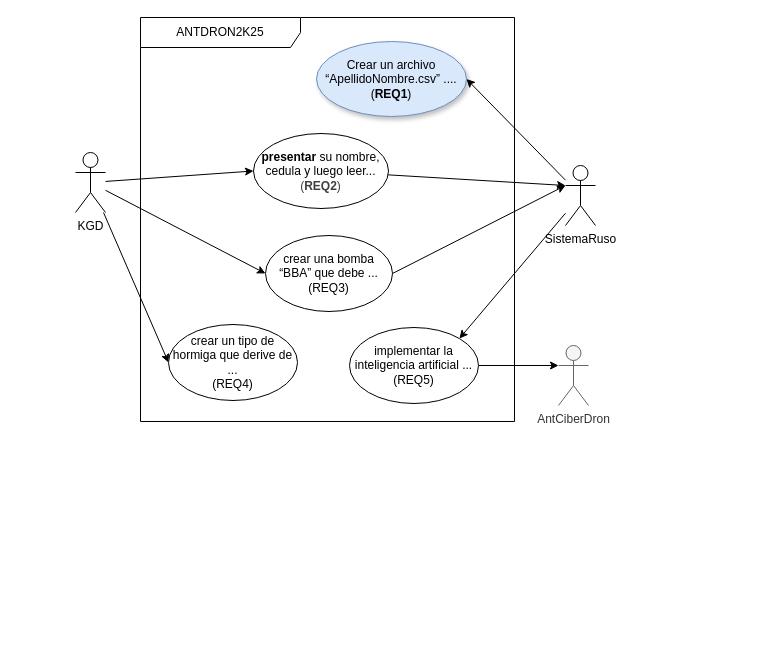
Above: doc/02_DiagramaCasoUso.drawio in emilioalbansq/aeAntDron (draw.io), before the change. Source tidied: cells renumbered, new cells numbered last; positions are measured from the earlier drawing's top-left corner, leaving out a move shared by most shapes. Both pictures are drawn from the tidied source at 100%, with x=0, y=0 at pixel (75, 17).
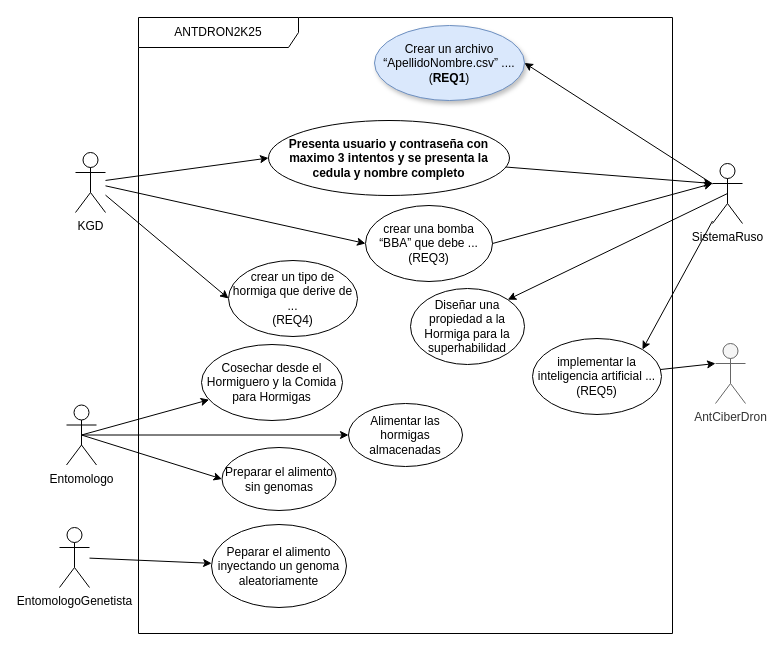
The same page after the edit.

Commit message (it also covers changes not shown here):
Diagramas Examen Parcial sin Prefijo

The edit, as a diff of the source:
```diff
@@
+    <mxCell id="19" style="edgeStyle=none;html=1;exitX=0.5;exitY=0.5;exitDx=0;exitDy=0;exitPerimeter=0;entryX=1;entryY=0;entryDx=0;entryDy=0;" parent="1" edge="1" source="7" target="22">
+      <mxGeometry relative="1" as="geometry" />
+    </mxCell>
     <mxCell id="7" value="SistemaRuso" style="shape=umlActor;verticalLabelPosition=bottom;verticalAlign=top;html=1;" parent="1" vertex="1">
-      <mxGeometry x="490" y="148" width="30" height="60" as="geometry" />
+      <mxGeometry x="637" y="146" width="30" height="60" as="geometry" />
     </mxCell>
     <mxCell id="8" value="ANTDRON2K25" style="shape=umlFrame;whiteSpace=wrap;html=1;width=160;" parent="1" vertex="1">
-      <mxGeometry x="65" width="374" height="404" as="geometry" />
+      <mxGeometry x="63" width="534" height="616" as="geometry" />
     </mxCell>
     <mxCell id="9" value="crear una bomba “BBA” que debe ...&lt;div&gt;(REQ3)&lt;/div&gt;" style="ellipse;whiteSpace=wrap;html=1;" parent="8" vertex="1">
-      <mxGeometry x="125" y="218" width="127" height="76" as="geometry" />
+      <mxGeometry x="227" y="188" width="127" height="76" as="geometry" />
     </mxCell>
     <mxCell id="10" value="Crear un archivo “ApellidoNombre.csv” ....&lt;div&gt;(&lt;b&gt;REQ1&lt;/b&gt;)&lt;/div&gt;" style="ellipse;whiteSpace=wrap;html=1;shadow=1;fillColor=#dae8fc;strokeColor=#6c8ebf;" parent="8" vertex="1">
-      <mxGeometry x="176" y="24" width="150" height="75" as="geometry" />
+      <mxGeometry x="236" y="8" width="150" height="75" as="geometry" />
     </mxCell>
-    <mxCell id="11" value="&lt;b&gt;presentar &lt;/b&gt;su nombre, cedula y luego leer...&lt;div&gt;&lt;span style=&quot;color: rgb(63, 63, 63);&quot;&gt;(&lt;b&gt;REQ2&lt;/b&gt;)&lt;/span&gt;&lt;/div&gt;" style="ellipse;whiteSpace=wrap;html=1;" parent="8" vertex="1">
-      <mxGeometry x="113" y="116" width="135" height="75" as="geometry" />
+    <mxCell id="11" value="&lt;b&gt;Presenta usuario y contraseña con maximo 3 intentos y se presenta la cedula y nombre completo&lt;/b&gt;" style="ellipse;whiteSpace=wrap;html=1;" parent="8" vertex="1">
+      <mxGeometry x="130" y="103" width="241" height="75" as="geometry" />
     </mxCell>
     <mxCell id="12" value="crear un tipo de hormiga que derive de ...&lt;div&gt;(REQ4)&lt;/div&gt;" style="ellipse;whiteSpace=wrap;html=1;" parent="8" vertex="1">
-      <mxGeometry x="28" y="307" width="129" height="76" as="geometry" />
+      <mxGeometry x="90" y="243" width="129" height="76" as="geometry" />
     </mxCell>
     <mxCell id="13" value="implementar la inteligencia artificial ...&lt;div&gt;(REQ5)&lt;/div&gt;" style="ellipse;whiteSpace=wrap;html=1;" parent="8" vertex="1">
-      <mxGeometry x="209" y="310" width="129" height="76" as="geometry" />
+      <mxGeometry x="394" y="321" width="129" height="76" as="geometry" />
     </mxCell>
+    <mxCell id="20" value="Cosechar desde el Hormiguero y la Comida para Hormigas" style="ellipse;whiteSpace=wrap;html=1;" parent="8" vertex="1">
+      <mxGeometry x="63" y="327" width="141" height="76" as="geometry" />
+    </mxCell>
+    <mxCell id="21" value="Alimentar las hormigas almacenadas" style="ellipse;whiteSpace=wrap;html=1;" parent="8" vertex="1">
+      <mxGeometry x="210" y="386" width="114" height="63" as="geometry" />
+    </mxCell>
+    <mxCell id="22" value="Diseñar una propiedad a la Hormiga para la superhabilidad" style="ellipse;whiteSpace=wrap;html=1;" parent="8" vertex="1">
+      <mxGeometry x="272" y="271" width="114" height="76" as="geometry" />
+    </mxCell>
+    <mxCell id="23" value="Peparar el alimento inyectando un genoma aleatoriamente" style="ellipse;whiteSpace=wrap;html=1;" parent="8" vertex="1">
+      <mxGeometry x="73" y="507" width="135" height="83" as="geometry" />
+    </mxCell>
+    <mxCell id="24" value="Preparar el alimento sin genomas" style="ellipse;whiteSpace=wrap;html=1;" parent="8" vertex="1">
+      <mxGeometry x="83.5" y="430" width="114" height="63" as="geometry" />
+    </mxCell>
@@
     <mxCell id="17" value="AntCiberDron" style="shape=umlActor;verticalLabelPosition=bottom;verticalAlign=top;html=1;fillColor=#f5f5f5;fontColor=#333333;strokeColor=#666666;" parent="1" vertex="1">
-      <mxGeometry x="483" y="328" width="30" height="60" as="geometry" />
+      <mxGeometry x="640" y="326" width="30" height="60" as="geometry" />
     </mxCell>
@@
+    <mxCell id="25" style="edgeStyle=none;html=1;exitX=0.5;exitY=0.5;exitDx=0;exitDy=0;exitPerimeter=0;" parent="1" edge="1" source="28" target="20">
+      <mxGeometry relative="1" as="geometry" />
+    </mxCell>
+    <mxCell id="26" style="edgeStyle=none;html=1;exitX=0.5;exitY=0.5;exitDx=0;exitDy=0;exitPerimeter=0;entryX=0;entryY=0.5;entryDx=0;entryDy=0;" parent="1" edge="1" source="28" target="21">
+      <mxGeometry relative="1" as="geometry" />
+    </mxCell>
+    <mxCell id="27" style="edgeStyle=none;html=1;exitX=0.5;exitY=0.5;exitDx=0;exitDy=0;exitPerimeter=0;entryX=0;entryY=0.5;entryDx=0;entryDy=0;" parent="1" edge="1" source="28" target="24">
+      <mxGeometry relative="1" as="geometry" />
+    </mxCell>
+    <mxCell id="28" value="Entomologo" style="shape=umlActor;verticalLabelPosition=bottom;verticalAlign=top;html=1;" parent="1" vertex="1">
+      <mxGeometry x="-9" y="387.5" width="30" height="60" as="geometry" />
+    </mxCell>
+    <mxCell id="29" style="edgeStyle=none;html=1;" parent="1" edge="1" source="30" target="23">
+      <mxGeometry relative="1" as="geometry" />
+    </mxCell>
+    <mxCell id="30" value="EntomologoGenetista" style="shape=umlActor;verticalLabelPosition=bottom;verticalAlign=top;html=1;" parent="1" vertex="1">
+      <mxGeometry x="-16" y="510" width="30" height="60" as="geometry" />
+    </mxCell>
```
